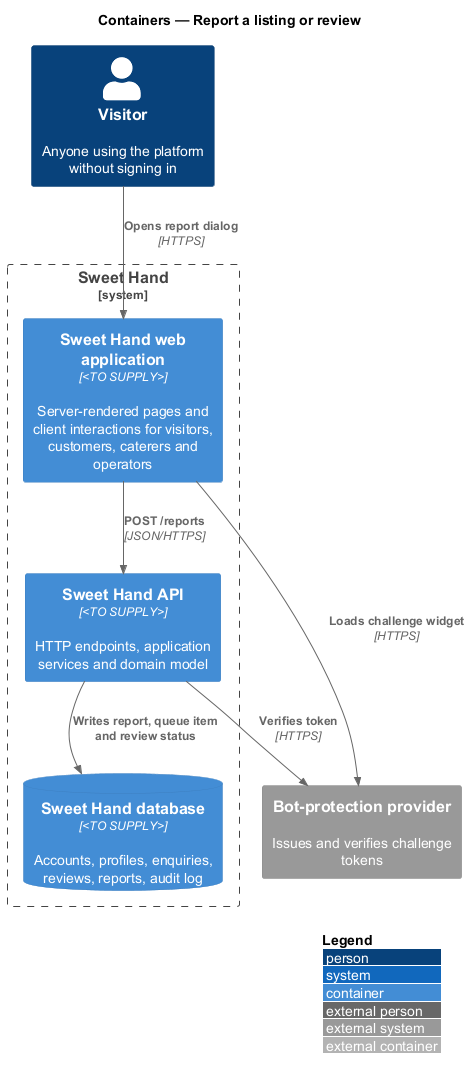
The PlantUML diagram docs/detailed-designs/moderation/report-content/diagrams/c4-container.png in QuinntyneBrown/sweet-hand, before a commit.
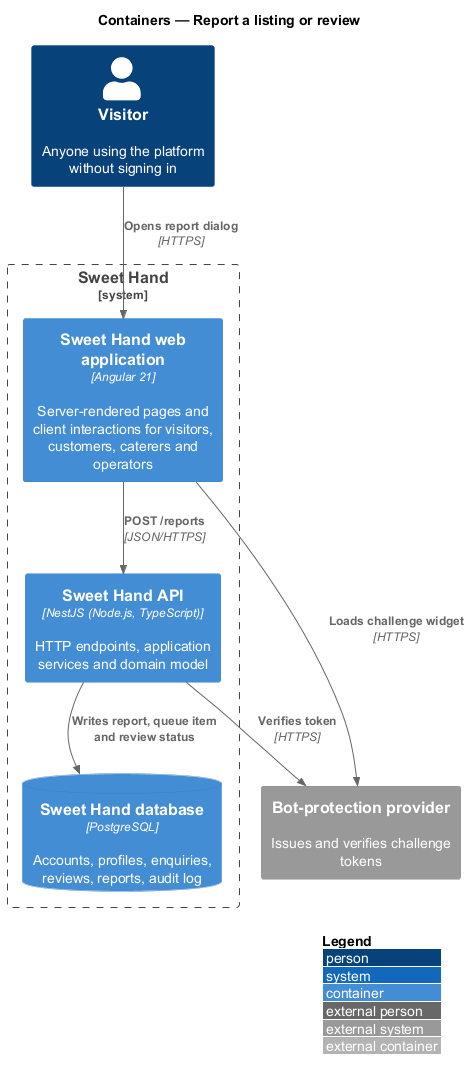
Above is the later version.

Change to the diagram source:
```diff
@@ -5,9 +5,9 @@
 
 Person(visitor, "Visitor", "Anyone using the platform without signing in")
 System_Boundary(sweethand, "Sweet Hand") {
-  Container(web, "Sweet Hand web application", "<TO SUPPLY>", "Server-rendered pages and client interactions for visitors, customers, caterers and operators")
-  Container(api, "Sweet Hand API", "<TO SUPPLY>", "HTTP endpoints, application services and domain model")
-  ContainerDb(db, "Sweet Hand database", "<TO SUPPLY>", "Accounts, profiles, enquiries, reviews, reports, audit log")
+  Container(web, "Sweet Hand web application", "Angular 21", "Server-rendered pages and client interactions for visitors, customers, caterers and operators")
+  Container(api, "Sweet Hand API", "NestJS (Node.js, TypeScript)", "HTTP endpoints, application services and domain model")
+  ContainerDb(db, "Sweet Hand database", "PostgreSQL", "Accounts, profiles, enquiries, reviews, reports, audit log")
 }
 System_Ext(bot, "Bot-protection provider", "Issues and verifies challenge tokens")
 
```
